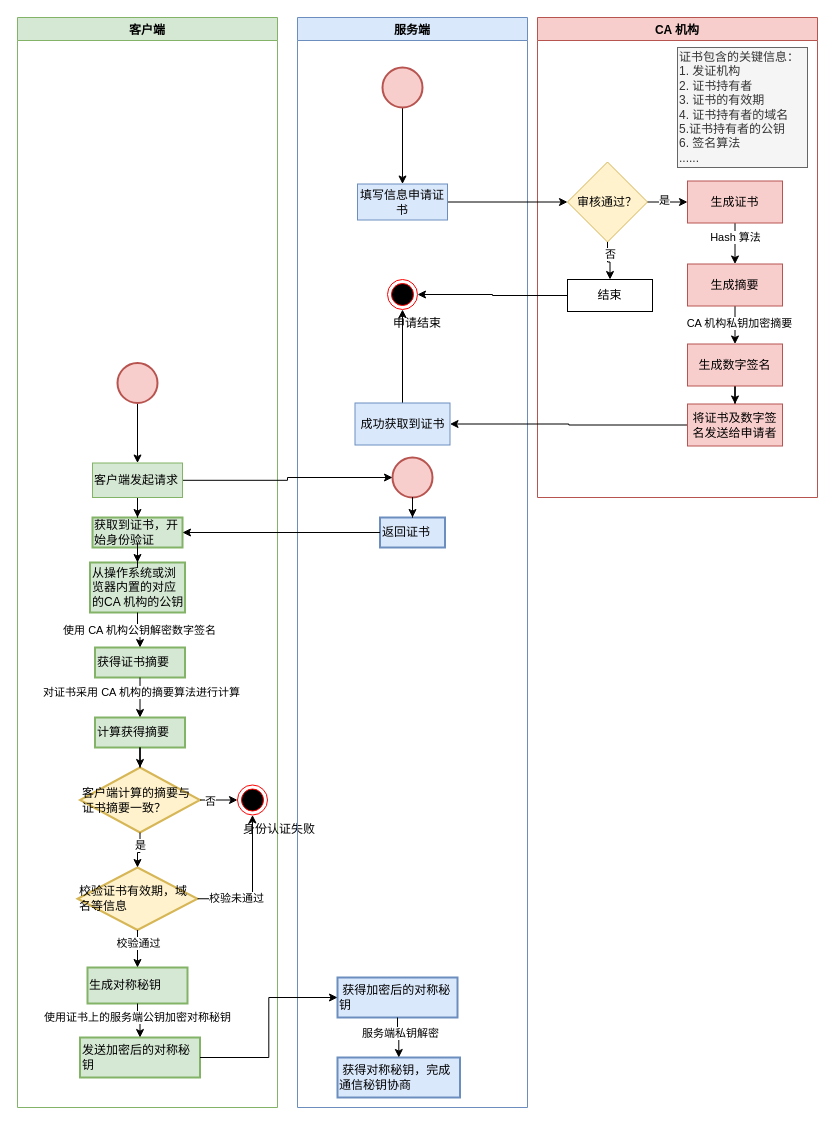
yang00-74/flowchart keeps this draw.io diagram as HTTPS .drawio. Above is the earlier version. Source tidied: cells renumbered, new cells numbered last; positions are measured from the earlier drawing's top-left corner, leaving out a move shared by most shapes. Both pictures are drawn from the tidied source at 100%, with x=0, y=0 at pixel (17, 17).
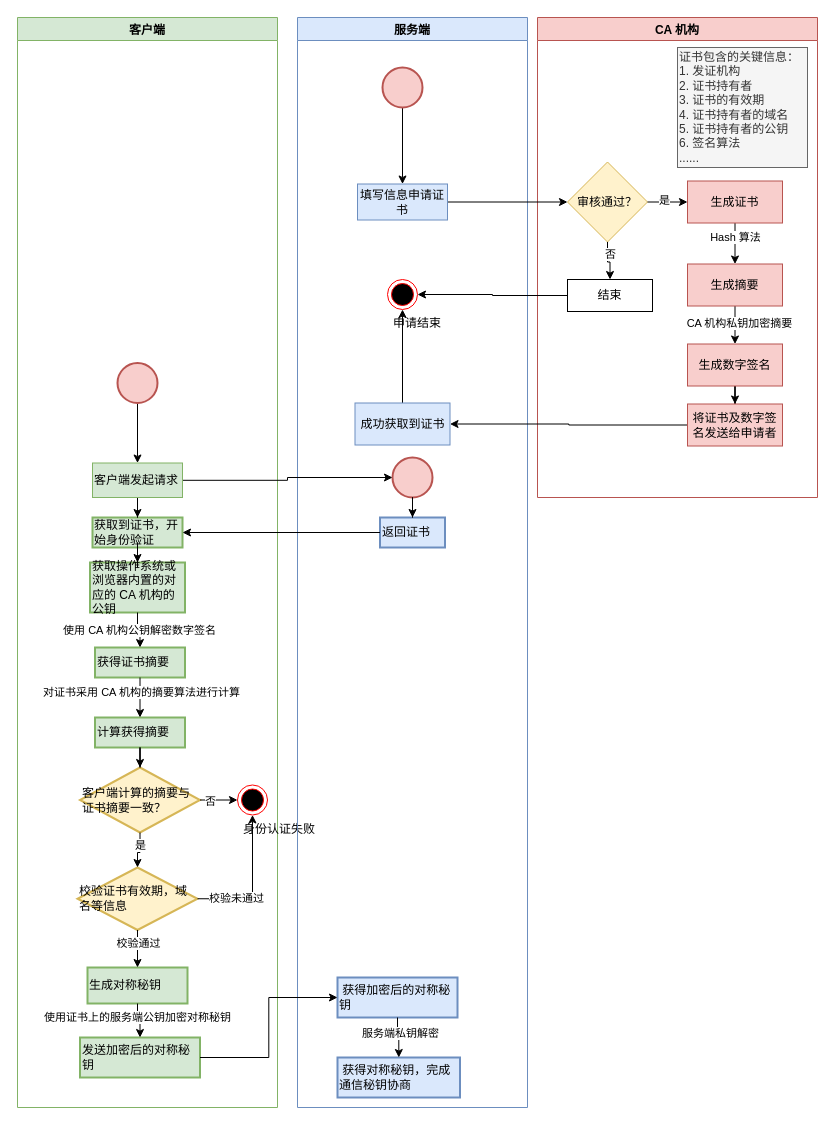
After the change.

The change refers to these unchanged cells:
```xml
<mxCell id="2" value="客户端" style="swimlane;fillColor=#d5e8d4;strokeColor=#82b366;" parent="1" vertex="1">
  <mxGeometry width="260" height="1090" as="geometry" />
</mxCell>
<mxCell id="35" value="CA 机构" style="swimlane;fillColor=#f8cecc;strokeColor=#b85450;" parent="1" vertex="1">
  <mxGeometry x="520" width="280" height="480" as="geometry" />
</mxCell>
```

What changed in the source:
```diff
@@
-    <mxCell id="4" value="从操作系统或浏览器内置的对应的CA 机构的公钥" style="whiteSpace=wrap;html=1;align=left;strokeWidth=2;fillColor=#d5e8d4;strokeColor=#82b366;" parent="2" vertex="1">
+    <mxCell id="4" value="获取操作系统或浏览器内置的对应的 CA 机构的公钥" style="whiteSpace=wrap;html=1;align=left;strokeWidth=2;fillColor=#d5e8d4;strokeColor=#82b366;" parent="2" vertex="1">
       <mxGeometry x="72.5" y="545" width="95" height="50" as="geometry" />
     </mxCell>
@@
-    <mxCell id="36" value="证书包含的关键信息：&lt;br&gt;1. 发证机构&lt;br&gt;2. 证书持有者&lt;br&gt;3. 证书的有效期&lt;br&gt;4. 证书持有者的域名&lt;br&gt;5.证书持有者的公钥&lt;br&gt;6. 签名算法&lt;br&gt;......" style="rounded=0;whiteSpace=wrap;html=1;align=left;fillColor=#f5f5f5;strokeColor=#666666;fontColor=#333333;" parent="35" vertex="1">
+    <mxCell id="36" value="证书包含的关键信息：&lt;br&gt;1. 发证机构&lt;br&gt;2. 证书持有者&lt;br&gt;3. 证书的有效期&lt;br&gt;4. 证书持有者的域名&lt;br&gt;5. 证书持有者的公钥&lt;br&gt;6. 签名算法&lt;br&gt;......" style="rounded=0;whiteSpace=wrap;html=1;align=left;fillColor=#f5f5f5;strokeColor=#666666;fontColor=#333333;" parent="35" vertex="1">
       <mxGeometry x="140" y="30" width="130" height="120" as="geometry" />
     </mxCell>
```
